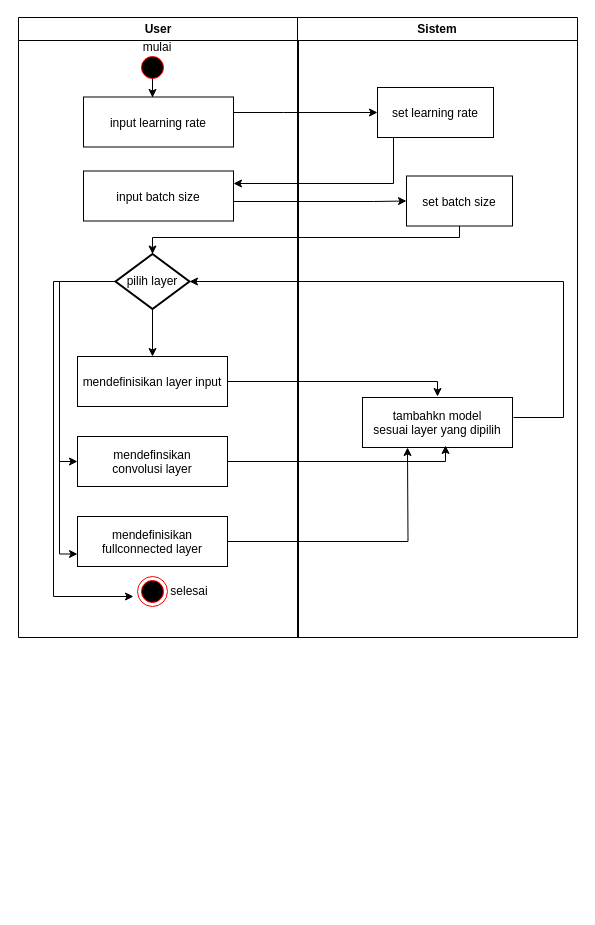
This is page "model" (2 of 7) of diagram/ActivityDiagram.drawio from fifinal/skripsi-cnn-toga, a draw.io file, before an edit. Source tidied: cells renumbered, new cells numbered last; positions are measured from the earlier drawing's top-left corner, leaving out a move shared by most shapes. Both pictures are drawn from the tidied source at 100%, with x=0, y=0 at pixel (18, 17).
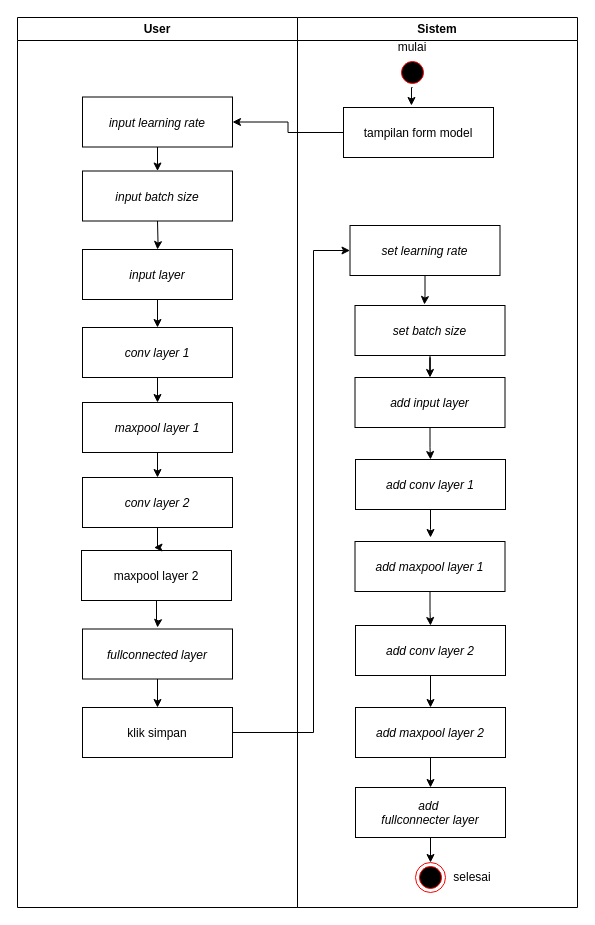
Above is the later version.

The edit, as a diff of the source:
```diff
@@
     <mxCell id="2" value="User" style="swimlane;whiteSpace=wrap;" parent="1" vertex="1">
-      <mxGeometry width="280" height="620" as="geometry" />
+      <mxGeometry x="-1" width="280" height="890" as="geometry" />
     </mxCell>
-    <mxCell id="3" style="edgeStyle=orthogonalEdgeStyle;rounded=0;jettySize=auto;html=1;entryX=0.46;entryY=0.01;entryDx=0;entryDy=0;entryPerimeter=0;" parent="2" edge="1" source="4" target="13">
-      <mxGeometry relative="1" as="geometry" />
-    </mxCell>
-    <mxCell id="4" style="ellipse;shape=startState;fillColor=#000000;strokeColor=#ff0000;" parent="2" vertex="1">
-      <mxGeometry x="119" y="35" width="30" height="30" as="geometry" />
-    </mxCell>
+    <mxCell id="30" style="edgeStyle=orthogonalEdgeStyle;rounded=0;jettySize=auto;html=1;entryX=0.5;entryY=0;entryDx=0;entryDy=0;" parent="2" edge="1" source="5" target="33">
+      <mxGeometry relative="1" as="geometry" />
+    </mxCell>
-    <mxCell id="5" value="mendefinisikan layer input" parent="2" vertex="1">
-      <mxGeometry x="59" y="339" width="150" height="50" as="geometry" />
+    <mxCell id="5" value="input layer" style="fontStyle=2;" parent="2" vertex="1">
+      <mxGeometry x="65" y="232" width="150" height="50" as="geometry" />
     </mxCell>
-    <mxCell id="6" value="mendefinsikan&#10;convolusi layer" parent="2" vertex="1">
-      <mxGeometry x="59" y="419" width="150" height="50" as="geometry" />
+    <mxCell id="6" value="maxpool layer 2" parent="2" vertex="1">
+      <mxGeometry x="64" y="533" width="150" height="50" as="geometry" />
     </mxCell>
-    <mxCell id="7" style="ellipse;html=1;shape=endState;fillColor=#000000;strokeColor=#ff0000;" parent="2" vertex="1">
-      <mxGeometry x="119" y="559" width="30" height="30" as="geometry" />
-    </mxCell>
-    <mxCell id="8" value="mendefinisikan&#10;fullconnected layer" parent="2" vertex="1">
-      <mxGeometry x="59" y="499" width="150" height="50" as="geometry" />
+    <mxCell id="8" value="fullconnected layer" style="fontStyle=2;" parent="2" vertex="1">
+      <mxGeometry x="65" y="611.5" width="150" height="50" as="geometry" />
     </mxCell>
-    <mxCell id="9" style="edgeStyle=orthogonalEdgeStyle;rounded=0;jettySize=auto;html=1;" parent="2" edge="1" source="12" target="5">
-      <mxGeometry relative="1" as="geometry" />
+    <mxCell id="9" style="edgeStyle=orthogonalEdgeStyle;rounded=0;jettySize=auto;html=1;" parent="2" edge="1" target="5">
+      <mxGeometry relative="1" as="geometry">
+        <mxPoint x="140" y="203.5" as="sourcePoint" />
+      </mxGeometry>
     </mxCell>
-    <mxCell id="10" style="edgeStyle=orthogonalEdgeStyle;rounded=0;jettySize=auto;html=1;entryX=0;entryY=0.5;entryDx=0;entryDy=0;" parent="2" edge="1" source="12" target="6">
-      <mxGeometry relative="1" as="geometry">
-        <Array as="points">
-          <mxPoint x="41" y="264" />
-          <mxPoint x="41" y="444" />
-        </Array>
-      </mxGeometry>
-    </mxCell>
-    <mxCell id="11" style="edgeStyle=orthogonalEdgeStyle;rounded=0;jettySize=auto;html=1;entryX=0;entryY=0.75;entryDx=0;entryDy=0;" parent="2" edge="1" source="12" target="8">
-      <mxGeometry relative="1" as="geometry">
-        <Array as="points">
-          <mxPoint x="41" y="264" />
-          <mxPoint x="41" y="537" />
-        </Array>
-      </mxGeometry>
-    </mxCell>
-    <mxCell id="12" value="pilih layer" style="strokeWidth=2;html=1;shape=mxgraph.flowchart.decision;whiteSpace=wrap;" parent="2" vertex="1">
-      <mxGeometry x="97" y="236.5" width="74" height="55" as="geometry" />
-    </mxCell>
+    <mxCell id="31" style="edgeStyle=orthogonalEdgeStyle;rounded=0;jettySize=auto;html=1;entryX=0.5;entryY=0;entryDx=0;entryDy=0;" parent="2" edge="1" source="13" target="14">
+      <mxGeometry relative="1" as="geometry" />
+    </mxCell>
-    <mxCell id="13" value="input learning rate" parent="2" vertex="1">
+    <mxCell id="13" value="input learning rate" style="fontStyle=2;" parent="2" vertex="1">
       <mxGeometry x="65" y="79.5" width="150" height="50" as="geometry" />
     </mxCell>
-    <mxCell id="14" value="input batch size" parent="2" vertex="1">
+    <mxCell id="14" value="input batch size" style="fontStyle=2;" parent="2" vertex="1">
       <mxGeometry x="65" y="153.5" width="150" height="50" as="geometry" />
     </mxCell>
+    <mxCell id="32" style="edgeStyle=orthogonalEdgeStyle;rounded=0;jettySize=auto;html=1;entryX=0.5;entryY=0;entryDx=0;entryDy=0;" parent="2" edge="1" source="33" target="35">
+      <mxGeometry relative="1" as="geometry" />
+    </mxCell>
+    <mxCell id="33" value="conv layer 1" style="fontStyle=2;" parent="2" vertex="1">
+      <mxGeometry x="65" y="310" width="150" height="50" as="geometry" />
+    </mxCell>
+    <mxCell id="34" style="edgeStyle=orthogonalEdgeStyle;rounded=0;jettySize=auto;html=1;entryX=0.5;entryY=0;entryDx=0;entryDy=0;" parent="2" edge="1" source="35" target="36">
+      <mxGeometry relative="1" as="geometry" />
+    </mxCell>
+    <mxCell id="35" value="maxpool layer 1" style="fontStyle=2;" parent="2" vertex="1">
+      <mxGeometry x="65" y="385" width="150" height="50" as="geometry" />
+    </mxCell>
+    <mxCell id="36" value="conv layer 2" style="fontStyle=2;" parent="2" vertex="1">
+      <mxGeometry x="65" y="460" width="150" height="50" as="geometry" />
+    </mxCell>
+    <mxCell id="18" value="klik simpan" parent="2" vertex="1">
+      <mxGeometry x="65" y="690" width="150" height="50" as="geometry" />
+    </mxCell>
+    <mxCell id="37" style="edgeStyle=orthogonalEdgeStyle;rounded=0;jettySize=auto;html=1;" parent="2" edge="1" source="8" target="18">
+      <mxGeometry relative="1" as="geometry" />
+    </mxCell>
+    <mxCell id="17" value="Sistem" style="swimlane;whiteSpace=wrap;" parent="1" vertex="1">
+      <mxGeometry x="279" width="280" height="890" as="geometry" />
+    </mxCell>
+    <mxCell id="38" value="tampilan form model" parent="17" vertex="1">
+      <mxGeometry x="46" y="90" width="150" height="50" as="geometry" />
+    </mxCell>
+    <mxCell id="39" style="edgeStyle=orthogonalEdgeStyle;rounded=0;jettySize=auto;html=1;exitX=0.5;exitY=1;exitDx=0;exitDy=0;entryX=0.453;entryY=-0.04;entryDx=0;entryDy=0;entryPerimeter=0;" parent="17" edge="1" source="4" target="38">
+      <mxGeometry relative="1" as="geometry" />
+    </mxCell>
+    <mxCell id="4" style="ellipse;shape=startState;fillColor=#000000;strokeColor=#ff0000;" parent="17" vertex="1">
+      <mxGeometry x="100" y="40" width="30" height="30" as="geometry" />
+    </mxCell>
+    <mxCell id="16" value="mulai" style="text;html=1;strokeColor=none;fillColor=none;align=center;verticalAlign=middle;whiteSpace=wrap;rounded=0;" parent="17" vertex="1">
+      <mxGeometry x="95" y="20" width="40" height="20" as="geometry" />
+    </mxCell>
+    <mxCell id="40" style="edgeStyle=orthogonalEdgeStyle;rounded=0;jettySize=auto;html=1;entryX=0.463;entryY=-0.02;entryDx=0;entryDy=0;entryPerimeter=0;" parent="17" edge="1" source="19" target="20">
+      <mxGeometry relative="1" as="geometry" />
+    </mxCell>
+    <mxCell id="19" value="set learning rate" style="fontStyle=2;" parent="17" vertex="1">
+      <mxGeometry x="52.5" y="208" width="150" height="50" as="geometry" />
+    </mxCell>
+    <mxCell id="41" style="edgeStyle=orthogonalEdgeStyle;rounded=0;jettySize=auto;html=1;entryX=0.5;entryY=0;entryDx=0;entryDy=0;" parent="17" edge="1" source="20" target="43">
+      <mxGeometry relative="1" as="geometry" />
+    </mxCell>
+    <mxCell id="20" value="set batch size" style="fontStyle=2;" parent="17" vertex="1">
+      <mxGeometry x="57.5" y="288" width="150" height="50" as="geometry" />
+    </mxCell>
+    <mxCell id="42" style="edgeStyle=orthogonalEdgeStyle;rounded=0;jettySize=auto;html=1;entryX=0.5;entryY=0;entryDx=0;entryDy=0;" parent="17" edge="1" source="43" target="44">
+      <mxGeometry relative="1" as="geometry" />
+    </mxCell>
+    <mxCell id="43" value="add input layer" style="fontStyle=2;" parent="17" vertex="1">
+      <mxGeometry x="57.5" y="360" width="150" height="50" as="geometry" />
+    </mxCell>
+    <mxCell id="44" value="add conv layer 1" style="fontStyle=2;" parent="17" vertex="1">
+      <mxGeometry x="58" y="442" width="150" height="50" as="geometry" />
+    </mxCell>
+    <mxCell id="45" style="edgeStyle=orthogonalEdgeStyle;rounded=0;jettySize=auto;html=1;entryX=0.5;entryY=0;entryDx=0;entryDy=0;" parent="17" edge="1" source="46" target="50">
+      <mxGeometry relative="1" as="geometry" />
+    </mxCell>
+    <mxCell id="46" value="add conv layer 2" style="fontStyle=2;" parent="17" vertex="1">
+      <mxGeometry x="58" y="608" width="150" height="50" as="geometry" />
+    </mxCell>
+    <mxCell id="47" style="edgeStyle=orthogonalEdgeStyle;rounded=0;jettySize=auto;html=1;entryX=0.5;entryY=0;entryDx=0;entryDy=0;" parent="17" edge="1" source="48" target="46">
+      <mxGeometry relative="1" as="geometry" />
+    </mxCell>
+    <mxCell id="48" value="add maxpool layer 1" style="fontStyle=2;" parent="17" vertex="1">
+      <mxGeometry x="57.5" y="524" width="150" height="50" as="geometry" />
+    </mxCell>
+    <mxCell id="49" style="edgeStyle=orthogonalEdgeStyle;rounded=0;jettySize=auto;html=1;entryX=0.5;entryY=0;entryDx=0;entryDy=0;" parent="17" edge="1" source="50" target="52">
+      <mxGeometry relative="1" as="geometry" />
+    </mxCell>
+    <mxCell id="50" value="add maxpool layer 2" style="fontStyle=2;" parent="17" vertex="1">
+      <mxGeometry x="58" y="690" width="150" height="50" as="geometry" />
+    </mxCell>
+    <mxCell id="51" style="edgeStyle=orthogonalEdgeStyle;rounded=0;jettySize=auto;html=1;entryX=0.5;entryY=0;entryDx=0;entryDy=0;" parent="17" edge="1" source="52" target="7">
+      <mxGeometry relative="1" as="geometry" />
+    </mxCell>
+    <mxCell id="52" value="add &#10;fullconnecter layer" style="fontStyle=2;" parent="17" vertex="1">
+      <mxGeometry x="58" y="770" width="150" height="50" as="geometry" />
+    </mxCell>
+    <mxCell id="7" style="ellipse;html=1;shape=endState;fillColor=#000000;strokeColor=#ff0000;" parent="17" vertex="1">
+      <mxGeometry x="118" y="845" width="30" height="30" as="geometry" />
+    </mxCell>
-    <mxCell id="15" value="selesai" style="text;html=1;strokeColor=none;fillColor=none;align=center;verticalAlign=middle;whiteSpace=wrap;rounded=0;" parent="2" vertex="1">
-      <mxGeometry x="151" y="564" width="40" height="20" as="geometry" />
+    <mxCell id="15" value="selesai" style="text;html=1;strokeColor=none;fillColor=none;align=center;verticalAlign=middle;whiteSpace=wrap;rounded=0;" parent="17" vertex="1">
+      <mxGeometry x="155" y="850" width="40" height="20" as="geometry" />
     </mxCell>
-    <mxCell id="16" value="mulai" style="text;html=1;strokeColor=none;fillColor=none;align=center;verticalAlign=middle;whiteSpace=wrap;rounded=0;" parent="2" vertex="1">
-      <mxGeometry x="119" y="20" width="40" height="20" as="geometry" />
-    </mxCell>
-    <mxCell id="17" value="Sistem" style="swimlane;whiteSpace=wrap;" parent="1" vertex="1">
-      <mxGeometry x="279" width="280" height="620" as="geometry" />
-    </mxCell>
-    <mxCell id="18" value="tambahkn model&#10;sesuai layer yang dipilih" parent="17" vertex="1">
-      <mxGeometry x="65" y="380" width="150" height="50" as="geometry" />
-    </mxCell>
-    <mxCell id="19" value="set learning rate" parent="17" vertex="1">
-      <mxGeometry x="80" y="70" width="116" height="50" as="geometry" />
-    </mxCell>
-    <mxCell id="20" value="set batch size" parent="17" vertex="1">
-      <mxGeometry x="109" y="158.5" width="106" height="50" as="geometry" />
-    </mxCell>
-    <mxCell id="21" style="edgeStyle=orthogonalEdgeStyle;rounded=0;jettySize=auto;html=1;" parent="1" edge="1" source="5">
-      <mxGeometry relative="1" as="geometry">
-        <mxPoint x="419" y="379" as="targetPoint" />
-        <Array as="points">
-          <mxPoint x="419" y="364" />
-        </Array>
-      </mxGeometry>
-    </mxCell>
-    <mxCell id="22" style="edgeStyle=orthogonalEdgeStyle;rounded=0;jettySize=auto;html=1;entryX=0.553;entryY=0.98;entryDx=0;entryDy=0;entryPerimeter=0;" parent="1" edge="1" source="6">
-      <mxGeometry relative="1" as="geometry">
-        <mxPoint x="427" y="428" as="targetPoint" />
-        <Array as="points">
-          <mxPoint x="427" y="444" />
-        </Array>
-      </mxGeometry>
-    </mxCell>
-    <mxCell id="23" style="edgeStyle=orthogonalEdgeStyle;rounded=0;jettySize=auto;html=1;entryX=0.3;entryY=1.02;entryDx=0;entryDy=0;entryPerimeter=0;" parent="1" edge="1" source="8">
-      <mxGeometry relative="1" as="geometry">
-        <mxPoint x="389" y="430" as="targetPoint" />
-      </mxGeometry>
-    </mxCell>
-    <mxCell id="24" style="edgeStyle=orthogonalEdgeStyle;rounded=0;jettySize=auto;html=1;entryX=1;entryY=0.5;entryDx=0;entryDy=0;entryPerimeter=0;" parent="1" edge="1" target="12">
-      <mxGeometry relative="1" as="geometry">
-        <mxPoint x="495" y="400" as="sourcePoint" />
-        <Array as="points">
-          <mxPoint x="545" y="400" />
-          <mxPoint x="545" y="264" />
-        </Array>
-      </mxGeometry>
-    </mxCell>
-    <mxCell id="25" style="edgeStyle=orthogonalEdgeStyle;rounded=0;jettySize=auto;html=1;" parent="1" edge="1" source="12">
-      <mxGeometry relative="1" as="geometry">
-        <mxPoint x="115" y="579" as="targetPoint" />
-        <Array as="points">
-          <mxPoint x="35" y="264" />
-          <mxPoint x="35" y="579" />
-        </Array>
-      </mxGeometry>
-    </mxCell>
-    <mxCell id="26" style="edgeStyle=orthogonalEdgeStyle;rounded=0;jettySize=auto;html=1;entryX=0;entryY=0.5;entryDx=0;entryDy=0;" parent="1" edge="1" source="13" target="19">
-      <mxGeometry relative="1" as="geometry">
-        <Array as="points">
-          <mxPoint x="265" y="95" />
-          <mxPoint x="265" y="95" />
-        </Array>
-      </mxGeometry>
-    </mxCell>
-    <mxCell id="27" style="edgeStyle=orthogonalEdgeStyle;rounded=0;jettySize=auto;html=1;entryX=1;entryY=0.25;entryDx=0;entryDy=0;" parent="1" edge="1" source="19" target="14">
-      <mxGeometry relative="1" as="geometry">
-        <Array as="points">
-          <mxPoint x="375" y="166" />
-        </Array>
-      </mxGeometry>
-    </mxCell>
-    <mxCell id="28" style="edgeStyle=orthogonalEdgeStyle;rounded=0;jettySize=auto;html=1;entryX=0;entryY=0.5;entryDx=0;entryDy=0;" parent="1" edge="1" source="14" target="20">
-      <mxGeometry relative="1" as="geometry">
-        <Array as="points">
-          <mxPoint x="355" y="184" />
-          <mxPoint x="355" y="184" />
-        </Array>
-      </mxGeometry>
-    </mxCell>
-    <mxCell id="29" style="edgeStyle=orthogonalEdgeStyle;rounded=0;jettySize=auto;html=1;entryX=0.5;entryY=0;entryDx=0;entryDy=0;entryPerimeter=0;" parent="1" edge="1" source="20" target="12">
-      <mxGeometry relative="1" as="geometry">
-        <Array as="points">
-          <mxPoint x="441" y="220" />
-          <mxPoint x="134" y="220" />
-        </Array>
-      </mxGeometry>
-    </mxCell>
+    <mxCell id="53" style="edgeStyle=orthogonalEdgeStyle;rounded=0;jettySize=auto;html=1;" parent="1" edge="1" source="36">
+      <mxGeometry relative="1" as="geometry">
+        <mxPoint x="135" y="530" as="targetPoint" />
+      </mxGeometry>
+    </mxCell>
+    <mxCell id="54" style="edgeStyle=orthogonalEdgeStyle;rounded=0;jettySize=auto;html=1;" parent="1" edge="1" source="6">
+      <mxGeometry relative="1" as="geometry">
+        <mxPoint x="139" y="610" as="targetPoint" />
+      </mxGeometry>
+    </mxCell>
+    <mxCell id="55" style="edgeStyle=orthogonalEdgeStyle;rounded=0;jettySize=auto;html=1;entryX=1;entryY=0.5;entryDx=0;entryDy=0;" parent="1" edge="1" source="38" target="13">
+      <mxGeometry relative="1" as="geometry" />
+    </mxCell>
+    <mxCell id="56" style="edgeStyle=orthogonalEdgeStyle;rounded=0;jettySize=auto;html=1;" parent="1" edge="1" source="18" target="19">
+      <mxGeometry relative="1" as="geometry">
+        <Array as="points">
+          <mxPoint x="295" y="715" />
+          <mxPoint x="295" y="233" />
+        </Array>
+      </mxGeometry>
+    </mxCell>
+    <mxCell id="57" style="edgeStyle=orthogonalEdgeStyle;rounded=0;jettySize=auto;html=1;" parent="1" edge="1" source="44">
+      <mxGeometry relative="1" as="geometry">
+        <mxPoint x="412" y="520" as="targetPoint" />
+      </mxGeometry>
+    </mxCell>
```
